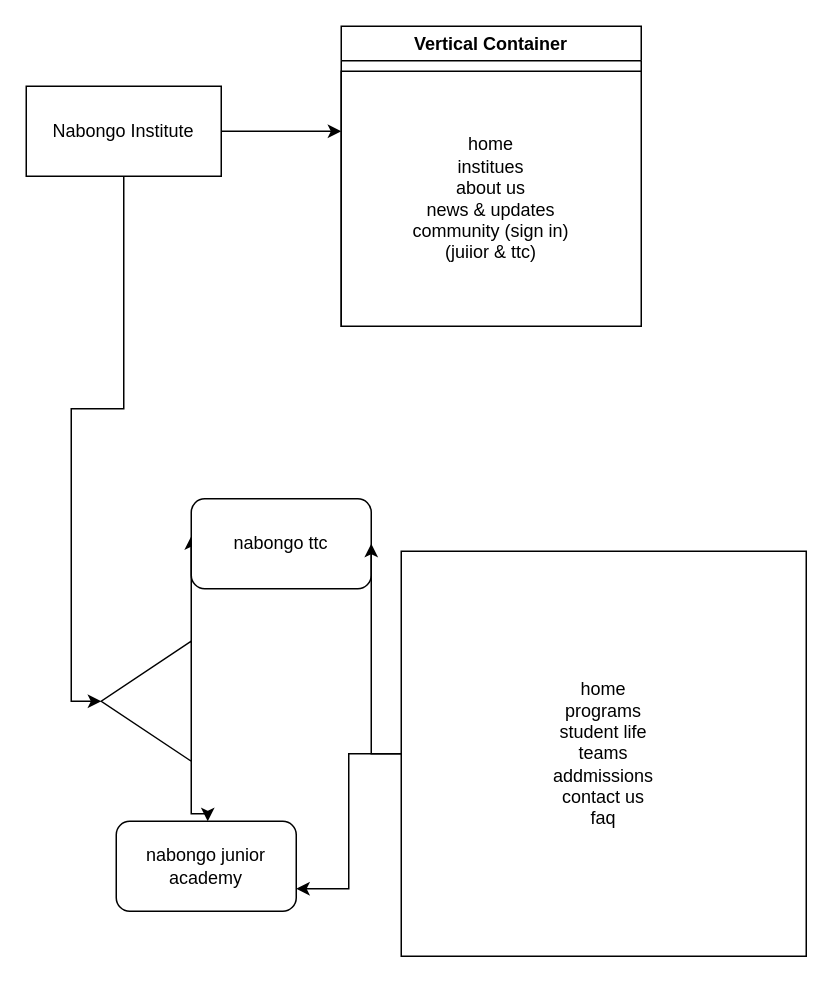
This is flow-chart.drawio from saiah16526/nabongo-website, a draw.io file, before an edit. Source tidied: cells renumbered, new cells numbered last; positions are measured from the earlier drawing's top-left corner, leaving out a move shared by most shapes. Both pictures are drawn from the tidied source at 150%, with x=0, y=0 at pixel (26, 26).
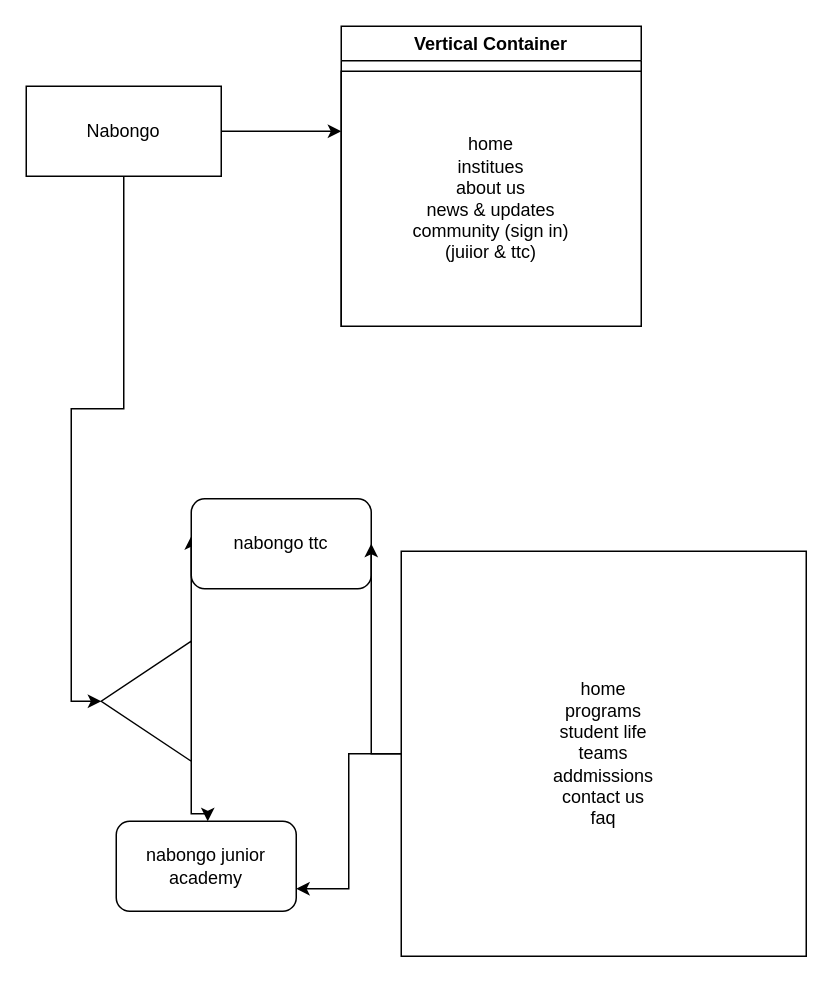
The same page after the edit.

The edit, as a diff of the source:
```diff
@@
 <mxGraphModel>
   <root>
     <mxCell id="0" />
     <mxCell id="1" parent="0" />
     <mxCell id="2" style="edgeStyle=orthogonalEdgeStyle;rounded=0;jettySize=auto;html=1;" parent="1" edge="1" source="4">
       <mxGeometry relative="1" as="geometry">
         <mxPoint x="210" y="70" as="targetPoint" />
       </mxGeometry>
     </mxCell>
     <mxCell id="3" style="edgeStyle=orthogonalEdgeStyle;rounded=0;jettySize=auto;html=1;entryX=1;entryY=0.5;entryDx=0;entryDy=0;" parent="1" edge="1" source="4" target="9">
       <mxGeometry relative="1" as="geometry" />
     </mxCell>
-    <mxCell id="4" value="Nabongo Institute" style="rounded=0;whiteSpace=wrap;html=1;" parent="1" vertex="1">
+    <mxCell id="4" value="Nabongo" style="rounded=0;whiteSpace=wrap;html=1;" parent="1" vertex="1">
       <mxGeometry y="40" width="130" height="60" as="geometry" />
     </mxCell>
     <mxCell id="5" value="Vertical Container" style="swimlane;whiteSpace=wrap;html=1;" parent="1" vertex="1">
       <mxGeometry x="210" width="200" height="200" as="geometry" />
     </mxCell>
     <mxCell id="6" value="home&lt;div&gt;institues&lt;/div&gt;&lt;div&gt;about us&lt;/div&gt;&lt;div&gt;news &amp;amp; updates&lt;/div&gt;&lt;div&gt;&lt;div&gt;community (sign in)&lt;/div&gt;&lt;/div&gt;&lt;div&gt;(juiior &amp;amp; ttc)&lt;/div&gt;" style="whiteSpace=wrap;html=1;" parent="1" vertex="1">
       <mxGeometry x="210" y="30" width="200" height="170" as="geometry" />
     </mxCell>
     <mxCell id="7" style="edgeStyle=orthogonalEdgeStyle;rounded=0;jettySize=auto;html=1;" parent="1" edge="1" source="9">
       <mxGeometry relative="1" as="geometry">
         <mxPoint x="110" y="340" as="targetPoint" />
         <Array as="points">
           <mxPoint x="110" y="380" />
           <mxPoint x="110" y="380" />
         </Array>
       </mxGeometry>
     </mxCell>
     <mxCell id="8" style="edgeStyle=orthogonalEdgeStyle;rounded=0;jettySize=auto;html=1;" parent="1" edge="1" source="9" target="11">
       <mxGeometry relative="1" as="geometry">
         <Array as="points">
           <mxPoint x="110" y="525" />
           <mxPoint x="121" y="525" />
         </Array>
       </mxGeometry>
     </mxCell>
     <mxCell id="9" style="triangle;whiteSpace=wrap;html=1;direction=west;" parent="1" vertex="1">
       <mxGeometry x="50" y="410" width="60" height="80" as="geometry" />
     </mxCell>
     <mxCell id="10" value="nabongo ttc" style="rounded=1;whiteSpace=wrap;html=1;" parent="1" vertex="1">
       <mxGeometry x="110" y="315" width="120" height="60" as="geometry" />
     </mxCell>
     <mxCell id="11" value="nabongo junior academy" style="rounded=1;whiteSpace=wrap;html=1;" parent="1" vertex="1">
       <mxGeometry x="60" y="530" width="120" height="60" as="geometry" />
     </mxCell>
     <mxCell id="12" style="edgeStyle=orthogonalEdgeStyle;rounded=0;jettySize=auto;html=1;entryX=1;entryY=0.5;entryDx=0;entryDy=0;" parent="1" edge="1" source="14" target="10">
       <mxGeometry relative="1" as="geometry" />
     </mxCell>
     <mxCell id="13" style="edgeStyle=orthogonalEdgeStyle;rounded=0;jettySize=auto;html=1;entryX=1;entryY=0.75;entryDx=0;entryDy=0;" parent="1" edge="1" source="14" target="11">
       <mxGeometry relative="1" as="geometry" />
     </mxCell>
     <mxCell id="14" value="home&lt;div&gt;programs&lt;/div&gt;&lt;div&gt;student life&lt;/div&gt;&lt;div&gt;teams&lt;/div&gt;&lt;div&gt;addmissions&lt;/div&gt;&lt;div&gt;&lt;span style=&quot;background-color: transparent;&quot;&gt;contact us&lt;/span&gt;&lt;/div&gt;&lt;div&gt;&lt;span style=&quot;background-color: transparent;&quot;&gt;faq&lt;/span&gt;&lt;/div&gt;" style="whiteSpace=wrap;html=1;" parent="1" vertex="1">
       <mxGeometry x="250" y="350" width="270" height="270" as="geometry" />
     </mxCell>
   </root>
 </mxGraphModel>
```
